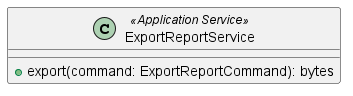
This is src/PB/DocumentazioneEsterna/Specifica_Tecnica/content/05-diagrammi-classi/uml/png/Export/ExportReportService.png from GroupRubberDuck/Documentazione, a PlantUML export, as it was before one commit.
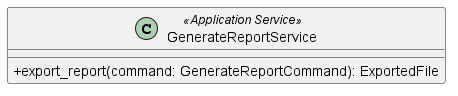
After the commit.

Diff of the diagram source:
```diff
@@ -1,8 +1,8 @@
 @startuml ExportReportService
 
-class ExportReportService <<Application Service>> {
-    + export(command: ExportReportCommand): bytes
+skinparam classAttributeIconSize 0
+
+class GenerateReportService <<Application Service>> {
+    + export_report(command: GenerateReportCommand): ExportedFile
 }
-
-
 @enduml
```
